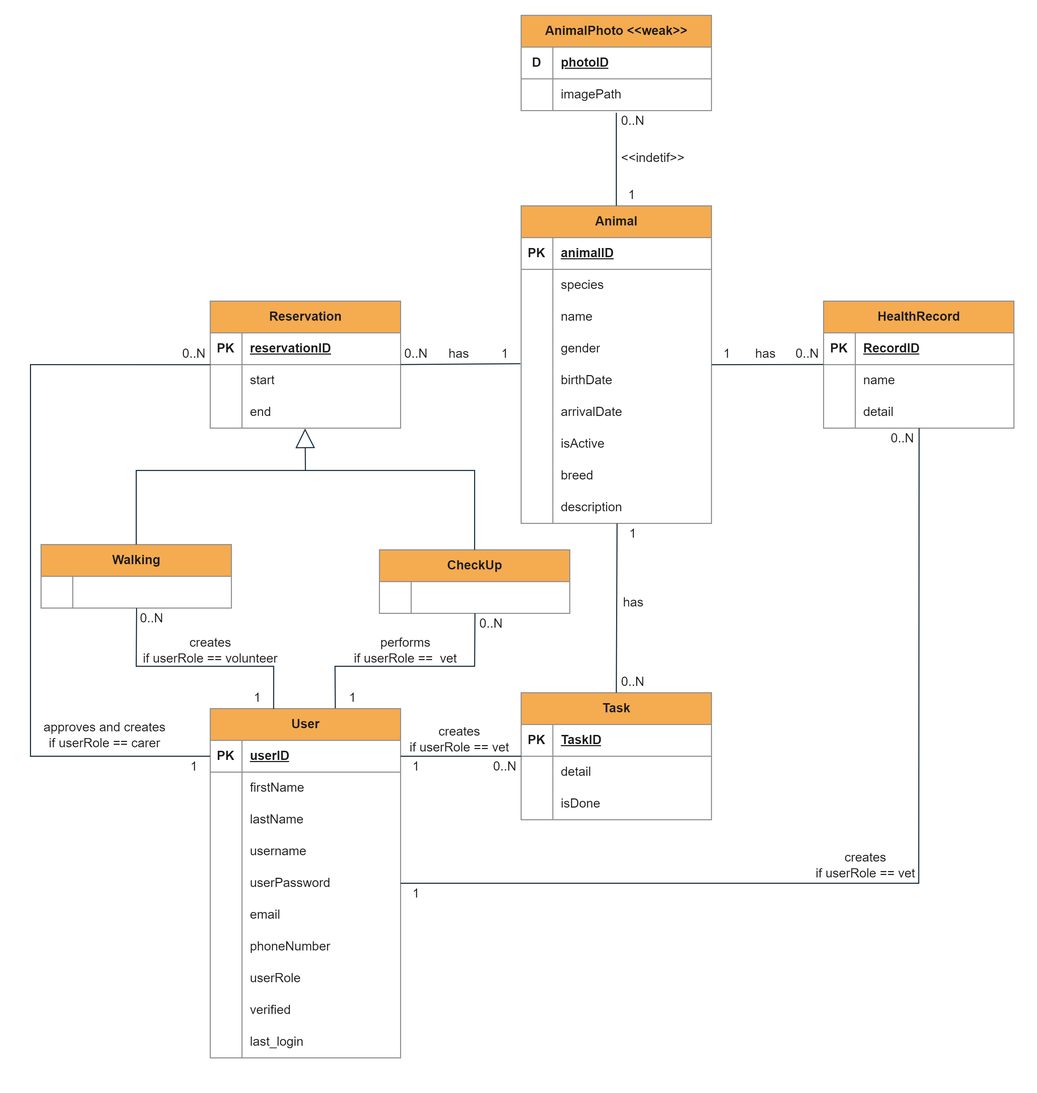
Earlier version of the draw.io export diagrams/ER-diagram.png (Dandys3900/IIS-Project). Source tidied: cells renumbered, new cells last; positions are measured from the earlier drawing's top-left corner, leaving out a move shared by most shapes.
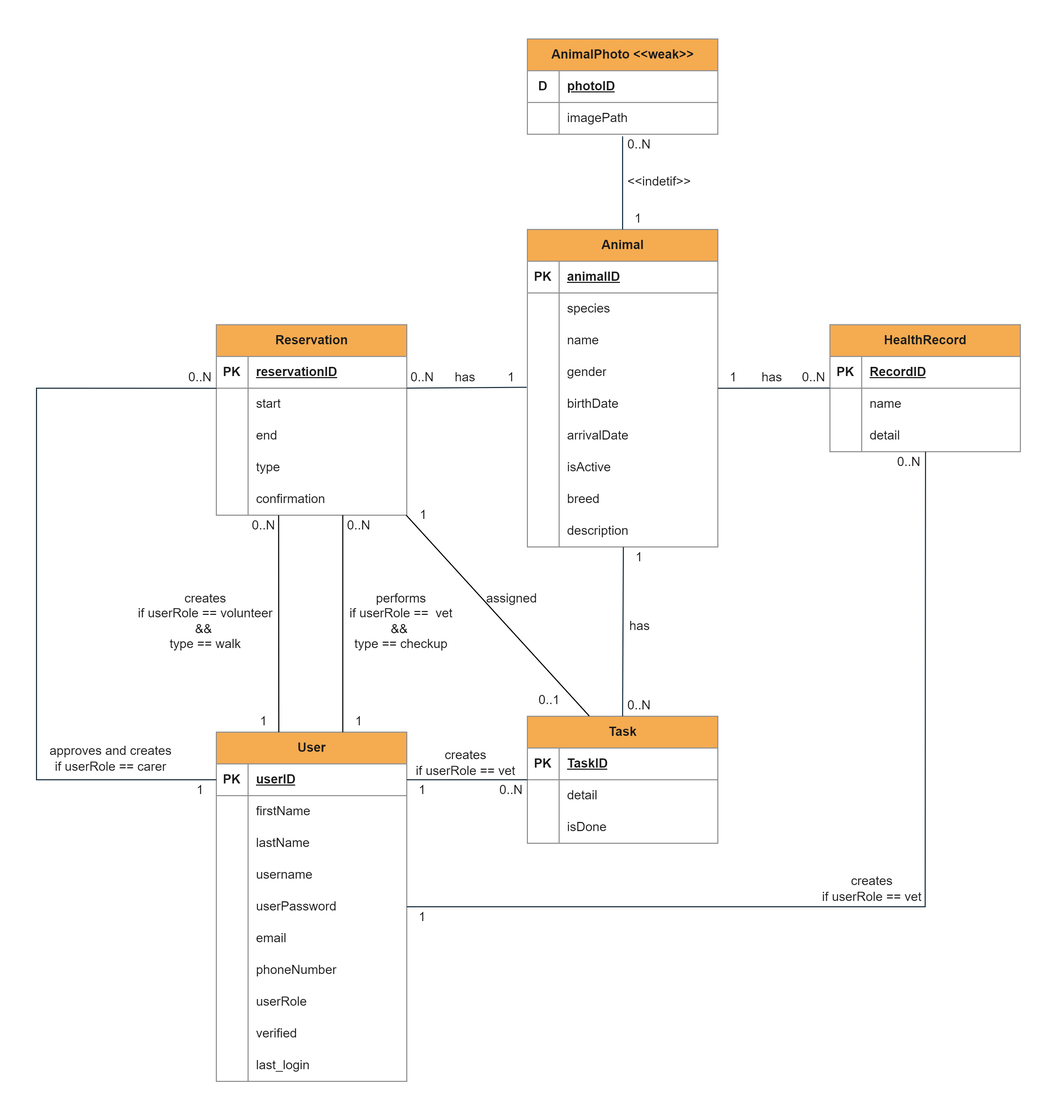
After the change.

The edit, as a diff of the source:
```diff
@@ -261,7 +261,7 @@
       <mxGeometry x="30" width="150" height="30" as="geometry" />
     </mxCell>
     <mxCell id="88" value="Reservation" style="shape=table;startSize=30;rowLines=0;fontStyle=1;align=center;html=1;labelBackgroundColor=none;fillColor=#F5AB50;strokeColor=#909090;fontColor=#1A1A1A;" parent="1" vertex="1">
-      <mxGeometry x="170" y="270" width="180" height="120" as="geometry" />
+      <mxGeometry x="170" y="270" width="180" height="180" as="geometry" />
     </mxCell>
     <mxCell id="89" style="shape=tableRow;horizontal=0;startSize=0;swimlaneHead=0;swimlaneBody=0;fillColor=none;top=0;left=0;right=0;bottom=1;labelBackgroundColor=none;strokeColor=#909090;fontColor=#1A1A1A;" parent="88" vertex="1">
       <mxGeometry y="30" width="180" height="30" as="geometry" />
@@ -290,30 +290,24 @@
     <mxCell id="97" value="end" style="shape=partialRectangle;fillColor=none;top=0;left=0;bottom=0;right=0;align=left;spacingLeft=6;overflow=hidden;whiteSpace=wrap;html=1;labelBackgroundColor=none;strokeColor=#909090;fontColor=#1A1A1A;" parent="95" vertex="1">
       <mxGeometry x="30" width="150" height="30" as="geometry" />
     </mxCell>
-    <mxCell id="98" value="Walking" style="shape=table;startSize=30;rowLines=0;fontStyle=1;align=center;html=1;labelBackgroundColor=none;fillColor=#F5AB50;strokeColor=#909090;fontColor=#1A1A1A;" parent="1" vertex="1">
-      <mxGeometry x="10" y="500" width="180" height="60" as="geometry" />
-    </mxCell>
-    <mxCell id="99" style="shape=tableRow;horizontal=0;startSize=0;swimlaneHead=0;swimlaneBody=0;fillColor=none;points=[[0,0.5],[1,0.5]];portConstraint=eastwest;top=0;left=0;right=0;bottom=1;labelBackgroundColor=none;strokeColor=#909090;fontColor=#1A1A1A;" parent="98" vertex="1">
-      <mxGeometry y="30" width="180" height="30" as="geometry" />
-    </mxCell>
-    <mxCell id="100" style="shape=partialRectangle;fillColor=none;top=0;left=0;bottom=0;right=0;fontStyle=1;overflow=hidden;whiteSpace=wrap;html=1;labelBackgroundColor=none;strokeColor=#909090;fontColor=#1A1A1A;" parent="99" vertex="1">
-      <mxGeometry width="30" height="30" as="geometry" />
-    </mxCell>
-    <mxCell id="101" style="shape=partialRectangle;fillColor=none;top=0;left=0;bottom=0;right=0;align=left;spacingLeft=6;fontStyle=5;overflow=hidden;whiteSpace=wrap;html=1;labelBackgroundColor=none;strokeColor=#909090;fontColor=#1A1A1A;" parent="99" vertex="1">
-      <mxGeometry x="30" width="150" height="30" as="geometry" />
-    </mxCell>
-    <mxCell id="102" value="CheckUp" style="shape=table;startSize=30;rowLines=0;fontStyle=1;align=center;html=1;labelBackgroundColor=none;fillColor=#F5AB50;strokeColor=#909090;fontColor=#1A1A1A;" parent="1" vertex="1">
-      <mxGeometry x="330" y="505" width="180" height="60" as="geometry" />
-    </mxCell>
-    <mxCell id="103" style="shape=tableRow;horizontal=0;startSize=0;swimlaneHead=0;swimlaneBody=0;fillColor=none;points=[[0,0.5],[1,0.5]];portConstraint=eastwest;top=0;left=0;right=0;bottom=1;labelBackgroundColor=none;strokeColor=#909090;fontColor=#1A1A1A;" parent="102" vertex="1">
-      <mxGeometry y="30" width="180" height="30" as="geometry" />
-    </mxCell>
-    <mxCell id="104" style="shape=partialRectangle;fillColor=none;top=0;left=0;bottom=0;right=0;fontStyle=1;overflow=hidden;whiteSpace=wrap;html=1;labelBackgroundColor=none;strokeColor=#909090;fontColor=#1A1A1A;" parent="103" vertex="1">
-      <mxGeometry width="30" height="30" as="geometry" />
-    </mxCell>
-    <mxCell id="105" style="shape=partialRectangle;fillColor=none;top=0;left=0;bottom=0;right=0;align=left;spacingLeft=6;fontStyle=5;overflow=hidden;whiteSpace=wrap;html=1;labelBackgroundColor=none;strokeColor=#909090;fontColor=#1A1A1A;" parent="103" vertex="1">
-      <mxGeometry x="30" width="150" height="30" as="geometry" />
-    </mxCell>
+    <mxCell id="144" style="shape=tableRow;horizontal=0;startSize=0;swimlaneHead=0;swimlaneBody=0;fillColor=none;top=0;left=0;right=0;bottom=0;labelBackgroundColor=none;strokeColor=#909090;fontColor=#1A1A1A;" parent="88" vertex="1">
+      <mxGeometry y="120" width="180" height="30" as="geometry" />
+    </mxCell>
+    <mxCell id="145" style="shape=partialRectangle;fillColor=none;top=0;left=0;bottom=0;right=0;overflow=hidden;whiteSpace=wrap;html=1;labelBackgroundColor=none;strokeColor=#909090;fontColor=#1A1A1A;" parent="144" vertex="1">
+      <mxGeometry width="30" height="30" as="geometry" />
+    </mxCell>
+    <mxCell id="146" value="type" style="shape=partialRectangle;fillColor=none;top=0;left=0;bottom=0;right=0;align=left;spacingLeft=6;overflow=hidden;whiteSpace=wrap;html=1;labelBackgroundColor=none;strokeColor=#909090;fontColor=#1A1A1A;" parent="144" vertex="1">
+      <mxGeometry x="30" width="150" height="30" as="geometry" />
+    </mxCell>
+    <mxCell id="147" style="shape=tableRow;horizontal=0;startSize=0;swimlaneHead=0;swimlaneBody=0;fillColor=none;points=[[0,0.5],[1,0.5]];portConstraint=eastwest;top=0;left=0;right=0;bottom=0;labelBackgroundColor=none;strokeColor=#909090;fontColor=#1A1A1A;" parent="88" vertex="1">
+      <mxGeometry y="150" width="180" height="30" as="geometry" />
+    </mxCell>
+    <mxCell id="148" style="shape=partialRectangle;fillColor=none;top=0;left=0;bottom=0;right=0;overflow=hidden;whiteSpace=wrap;html=1;labelBackgroundColor=none;strokeColor=#909090;fontColor=#1A1A1A;" parent="147" vertex="1">
+      <mxGeometry width="30" height="30" as="geometry" />
+    </mxCell>
+    <mxCell id="149" value="confirmation" style="shape=partialRectangle;fillColor=none;top=0;left=0;bottom=0;right=0;align=left;spacingLeft=6;overflow=hidden;whiteSpace=wrap;html=1;labelBackgroundColor=none;strokeColor=#909090;fontColor=#1A1A1A;" parent="147" vertex="1">
+      <mxGeometry x="30" width="150" height="30" as="geometry" />
+    </mxCell>
     <mxCell id="106" value="0..N" style="text;html=1;align=center;verticalAlign=middle;whiteSpace=wrap;rounded=0;labelBackgroundColor=none;fontColor=#1A1A1A;" parent="1" vertex="1">
       <mxGeometry x="555" y="90" width="30" height="20" as="geometry" />
     </mxCell>
@@ -350,55 +344,23 @@
     <mxCell id="117" value="has" style="text;html=1;align=center;verticalAlign=middle;whiteSpace=wrap;rounded=0;labelBackgroundColor=none;fontColor=#1A1A1A;" parent="1" vertex="1">
       <mxGeometry x="390" y="310" width="31" height="20" as="geometry" />
     </mxCell>
-    <mxCell id="118" style="endArrow=block;endSize=16;endFill=0;html=1;rounded=0;entryX=0.498;entryY=1.011;entryDx=0;entryDy=0;entryPerimeter=0;exitX=0.5;exitY=0;exitDx=0;exitDy=0;labelBackgroundColor=none;strokeColor=#182E3E;fontColor=default;" parent="1" edge="1" source="98" target="95">
-      <mxGeometry relative="1" as="geometry">
-        <Array as="points">
-          <mxPoint x="100" y="430" />
-          <mxPoint x="260" y="430" />
-        </Array>
-      </mxGeometry>
-    </mxCell>
-    <mxCell id="119" style="endArrow=none;html=1;rounded=0;entryX=0.5;entryY=0;entryDx=0;entryDy=0;labelBackgroundColor=none;strokeColor=#182E3E;fontColor=default;" parent="1" edge="1" target="102">
-      <mxGeometry relative="1" as="geometry">
-        <mxPoint x="260" y="430" as="sourcePoint" />
-        <Array as="points">
-          <mxPoint x="420" y="430" />
-        </Array>
-      </mxGeometry>
-    </mxCell>
-    <mxCell id="120" style="endArrow=none;html=1;rounded=0;exitX=0.333;exitY=0.001;exitDx=0;exitDy=0;entryX=0.502;entryY=1.004;entryDx=0;entryDy=0;entryPerimeter=0;exitPerimeter=0;labelBackgroundColor=none;strokeColor=#182E3E;fontColor=default;" parent="1" edge="1" source="2" target="99">
-      <mxGeometry relative="1" as="geometry">
-        <Array as="points">
-          <mxPoint x="230" y="615" />
-          <mxPoint x="100" y="615" />
-        </Array>
-      </mxGeometry>
-    </mxCell>
     <mxCell id="121" value="1" style="text;html=1;align=center;verticalAlign=middle;whiteSpace=wrap;rounded=0;labelBackgroundColor=none;fontColor=#1A1A1A;" parent="1" vertex="1">
       <mxGeometry x="200" y="635" width="30" height="20" as="geometry" />
     </mxCell>
-    <mxCell id="122" value="creates&lt;div&gt;if userRole == volunteer&lt;/div&gt;" style="text;html=1;align=center;verticalAlign=middle;whiteSpace=wrap;rounded=0;labelBackgroundColor=none;fontColor=#1A1A1A;" parent="1" vertex="1">
-      <mxGeometry x="100" y="585" width="141" height="30" as="geometry" />
+    <mxCell id="122" value="creates&lt;div&gt;if userRole == volunteer&lt;/div&gt;&lt;div&gt;&amp;amp;&amp;amp;&amp;nbsp;&lt;/div&gt;&lt;div&gt;type == walk&lt;/div&gt;" style="text;html=1;align=center;verticalAlign=middle;whiteSpace=wrap;rounded=0;labelBackgroundColor=none;fontColor=#1A1A1A;" parent="1" vertex="1">
+      <mxGeometry x="90" y="520" width="140" height="60" as="geometry" />
     </mxCell>
     <mxCell id="123" value="0..N" style="text;html=1;align=center;verticalAlign=middle;whiteSpace=wrap;rounded=0;labelBackgroundColor=none;fontColor=#1A1A1A;" parent="1" vertex="1">
-      <mxGeometry x="100" y="560" width="30" height="20" as="geometry" />
+      <mxGeometry x="200" y="450" width="30" height="20" as="geometry" />
     </mxCell>
-    <mxCell id="124" style="endArrow=none;html=1;rounded=0;exitX=0.657;exitY=-0.001;exitDx=0;exitDy=0;exitPerimeter=0;entryX=0.502;entryY=1;entryDx=0;entryDy=0;entryPerimeter=0;labelBackgroundColor=none;strokeColor=#182E3E;fontColor=default;" parent="1" edge="1" source="2" target="103">
-      <mxGeometry relative="1" as="geometry">
-        <Array as="points">
-          <mxPoint x="288" y="615" />
-          <mxPoint x="420" y="615" />
-        </Array>
-      </mxGeometry>
-    </mxCell>
-    <mxCell id="125" value="performs&lt;div&gt;if userRole ==&amp;nbsp; vet&lt;/div&gt;" style="text;html=1;align=center;verticalAlign=middle;whiteSpace=wrap;rounded=0;labelBackgroundColor=none;fontColor=#1A1A1A;" parent="1" vertex="1">
-      <mxGeometry x="300" y="590" width="110" height="20" as="geometry" />
+    <mxCell id="125" value="performs&lt;div&gt;if userRole ==&amp;nbsp; vet&lt;/div&gt;&lt;div&gt;&amp;amp;&amp;amp;&amp;nbsp;&lt;/div&gt;&lt;div&gt;type == checkup&lt;/div&gt;" style="text;html=1;align=center;verticalAlign=middle;whiteSpace=wrap;rounded=0;labelBackgroundColor=none;fontColor=#1A1A1A;" parent="1" vertex="1">
+      <mxGeometry x="290" y="518.8" width="110" height="62.5" as="geometry" />
     </mxCell>
     <mxCell id="126" value="1" style="text;html=1;align=center;verticalAlign=middle;whiteSpace=wrap;rounded=0;labelBackgroundColor=none;fontColor=#1A1A1A;" parent="1" vertex="1">
       <mxGeometry x="290" y="635" width="30" height="20" as="geometry" />
     </mxCell>
     <mxCell id="127" value="0..N" style="text;html=1;align=center;verticalAlign=middle;whiteSpace=wrap;rounded=0;labelBackgroundColor=none;fontColor=#1A1A1A;" parent="1" vertex="1">
-      <mxGeometry x="421" y="565" width="30" height="20" as="geometry" />
+      <mxGeometry x="290" y="450" width="30" height="20" as="geometry" />
     </mxCell>
     <mxCell id="128" style="endArrow=none;html=1;rounded=0;exitX=1;exitY=0.5;exitDx=0;exitDy=0;entryX=0.502;entryY=1;entryDx=0;entryDy=0;entryPerimeter=0;labelBackgroundColor=none;strokeColor=#182E3E;fontColor=default;" parent="1" edge="1" source="15" target="75">
       <mxGeometry relative="1" as="geometry">
@@ -457,5 +419,23 @@
     <mxCell id="143" value="creates&lt;div&gt;if userRole == vet&lt;/div&gt;" style="text;html=1;align=center;verticalAlign=middle;whiteSpace=wrap;rounded=0;labelBackgroundColor=none;fontColor=#1A1A1A;" parent="1" vertex="1">
       <mxGeometry x="740" y="785" width="100" height="35" as="geometry" />
     </mxCell>
+    <mxCell id="150" style="endArrow=none;html=1;rounded=0;entryX=0.327;entryY=1.005;entryDx=0;entryDy=0;entryPerimeter=0;exitX=0.328;exitY=0;exitDx=0;exitDy=0;exitPerimeter=0;" parent="1" edge="1" source="2" target="147">
+      <mxGeometry relative="1" as="geometry" />
+    </mxCell>
+    <mxCell id="151" style="endArrow=none;html=1;rounded=0;exitX=0.664;exitY=0;exitDx=0;exitDy=0;exitPerimeter=0;entryX=0.664;entryY=0.998;entryDx=0;entryDy=0;entryPerimeter=0;" parent="1" edge="1" source="2" target="147">
+      <mxGeometry relative="1" as="geometry" />
+    </mxCell>
+    <mxCell id="152" style="endArrow=none;html=1;rounded=0;entryX=0.997;entryY=1;entryDx=0;entryDy=0;entryPerimeter=0;exitX=0.325;exitY=-0.002;exitDx=0;exitDy=0;exitPerimeter=0;" parent="1" edge="1" source="78" target="147">
+      <mxGeometry relative="1" as="geometry" />
+    </mxCell>
+    <mxCell id="153" value="0..1" style="text;html=1;align=center;verticalAlign=middle;whiteSpace=wrap;rounded=0;labelBackgroundColor=none;fontColor=#1A1A1A;" parent="1" vertex="1">
+      <mxGeometry x="470" y="615" width="30" height="20" as="geometry" />
+    </mxCell>
+    <mxCell id="154" value="1" style="text;html=1;align=center;verticalAlign=middle;whiteSpace=wrap;rounded=0;labelBackgroundColor=none;fontColor=#1A1A1A;" parent="1" vertex="1">
+      <mxGeometry x="350.5" y="440" width="30" height="20" as="geometry" />
+    </mxCell>
+    <mxCell id="155" value="assigned" style="text;html=1;align=center;verticalAlign=middle;whiteSpace=wrap;rounded=0;labelBackgroundColor=none;fontColor=#1A1A1A;" parent="1" vertex="1">
+      <mxGeometry x="424.5" y="518.8" width="49" height="20" as="geometry" />
+    </mxCell>
   </root>
 </mxGraphModel>
```
